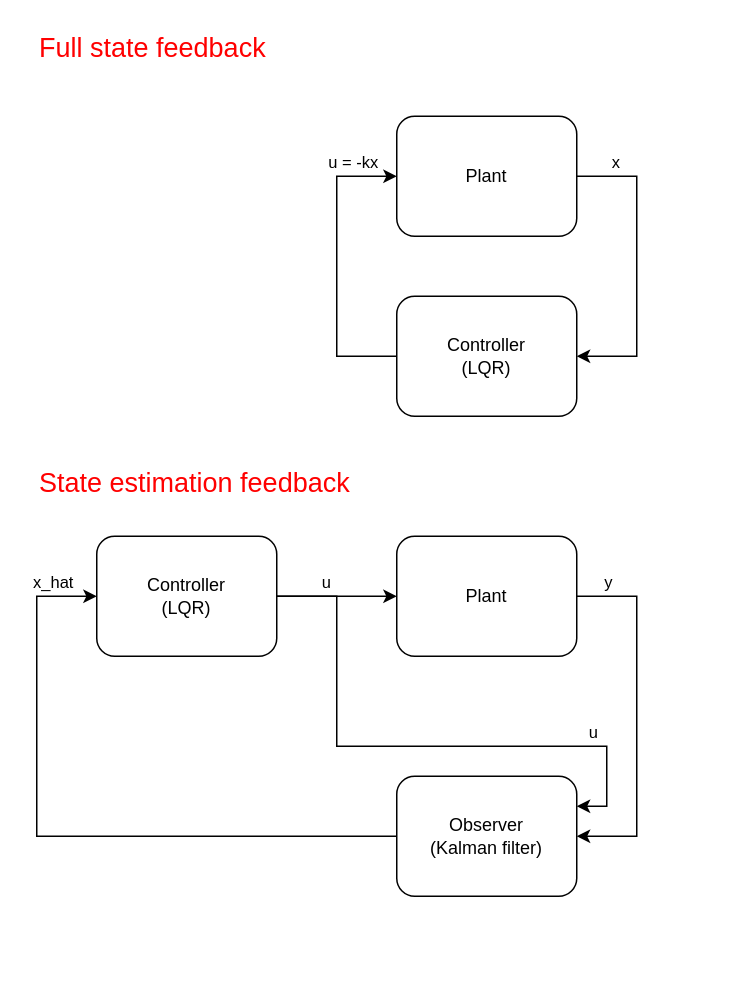
The draw.io diagram 00_repo_target_content/controlSystemsTestDiagram.drawio in asitkumar47/asitk, before the edit. Source tidied: cells renumbered, new cells numbered last; positions are measured from the earlier drawing's top-left corner, leaving out a move shared by most shapes. Both pictures are drawn from the tidied source at 150%, with x=0, y=0 at pixel (36, 26).
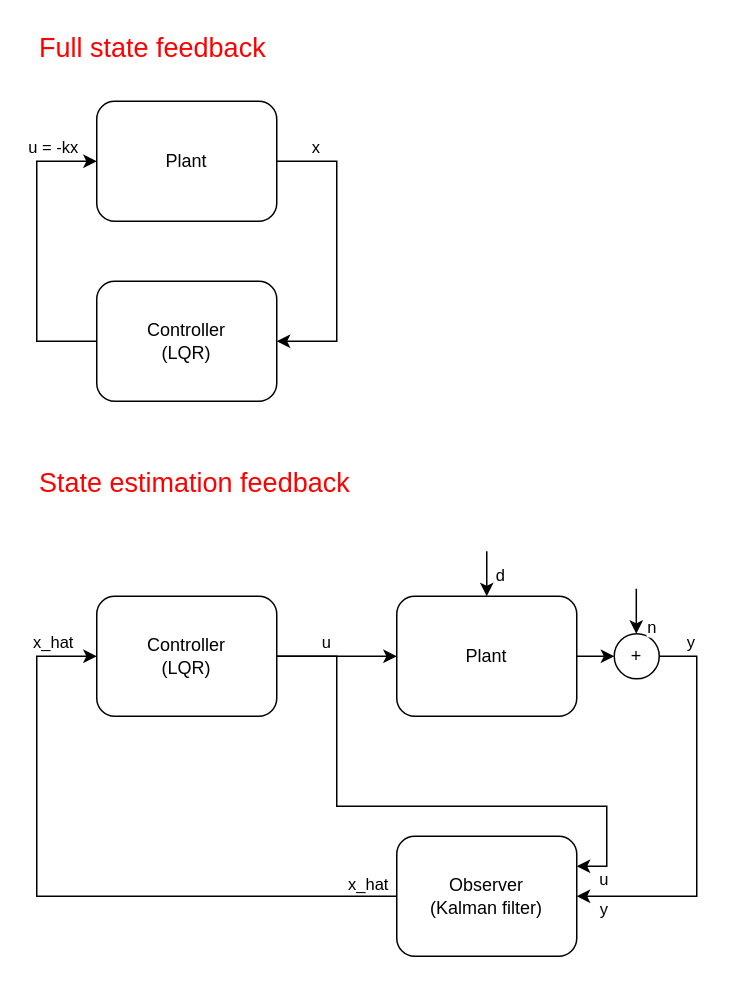
After the change.

Change to the diagram source:
```diff
@@
     <mxCell id="2" style="edgeStyle=orthogonalEdgeStyle;rounded=0;jettySize=auto;html=1;entryX=1;entryY=0.5;entryDx=0;entryDy=0;exitX=1;exitY=0.5;exitDx=0;exitDy=0;" parent="1" edge="1" source="4" target="5">
       <mxGeometry relative="1" as="geometry">
         <Array as="points">
-          <mxPoint x="400" y="100" />
-          <mxPoint x="400" y="220" />
+          <mxPoint x="200" y="90" />
+          <mxPoint x="200" y="210" />
         </Array>
       </mxGeometry>
     </mxCell>
@@
     <mxCell id="4" value="Plant" style="rounded=1;whiteSpace=wrap;html=1;" parent="1" vertex="1">
-      <mxGeometry x="240" y="60" width="120" height="80" as="geometry" />
+      <mxGeometry x="40" y="50" width="120" height="80" as="geometry" />
     </mxCell>
     <mxCell id="5" value="Controller&lt;br&gt;(LQR)" style="rounded=1;whiteSpace=wrap;html=1;" parent="1" vertex="1">
-      <mxGeometry x="240" y="180" width="120" height="80" as="geometry" />
+      <mxGeometry x="40" y="170" width="120" height="80" as="geometry" />
     </mxCell>
     <mxCell id="6" style="edgeStyle=orthogonalEdgeStyle;rounded=0;jettySize=auto;html=1;exitX=0;exitY=0.5;exitDx=0;exitDy=0;entryX=0;entryY=0.5;entryDx=0;entryDy=0;" parent="1" edge="1" source="5" target="4">
       <mxGeometry relative="1" as="geometry">
         <Array as="points">
-          <mxPoint x="200" y="220" />
-          <mxPoint x="200" y="100" />
+          <mxPoint y="210" />
+          <mxPoint y="90" />
         </Array>
       </mxGeometry>
     </mxCell>
@@
-    <mxCell id="9" style="edgeStyle=orthogonalEdgeStyle;rounded=0;jettySize=auto;html=1;exitX=1;exitY=0.5;exitDx=0;exitDy=0;entryX=1;entryY=0.5;entryDx=0;entryDy=0;" parent="1" edge="1" source="11" target="14">
+    <mxCell id="9" style="edgeStyle=orthogonalEdgeStyle;rounded=0;jettySize=auto;html=1;entryX=1;entryY=0.5;entryDx=0;entryDy=0;" parent="1" edge="1" target="14">
       <mxGeometry relative="1" as="geometry">
+        <mxPoint x="400" y="420" as="sourcePoint" />
         <Array as="points">
-          <mxPoint x="400" y="380" />
-          <mxPoint x="400" y="540" />
+          <mxPoint x="440" y="420" />
+          <mxPoint x="440" y="580" />
         </Array>
       </mxGeometry>
     </mxCell>
-    <mxCell id="10" value="y" style="edgeLabel;html=1;align=center;verticalAlign=middle;" parent="9" vertex="1">
-      <mxGeometry x="-0.7" relative="1" as="geometry">
-        <mxPoint x="-16" y="-10" as="offset" />
-      </mxGeometry>
-    </mxCell>
+    <mxCell id="21" value="y" style="edgeLabel;html=1;align=center;verticalAlign=middle;" parent="9" vertex="1">
+      <mxGeometry x="-0.75" y="-3" relative="1" as="geometry">
+        <mxPoint y="-13" as="offset" />
+      </mxGeometry>
+    </mxCell>
+    <mxCell id="22" style="edgeStyle=orthogonalEdgeStyle;rounded=0;jettySize=auto;html=1;" parent="1" edge="1" source="11" target="27">
+      <mxGeometry relative="1" as="geometry" />
+    </mxCell>
     <mxCell id="11" value="Plant" style="rounded=1;whiteSpace=wrap;html=1;" parent="1" vertex="1">
-      <mxGeometry x="240" y="340" width="120" height="80" as="geometry" />
+      <mxGeometry x="240" y="380" width="120" height="80" as="geometry" />
     </mxCell>
     <mxCell id="12" style="edgeStyle=orthogonalEdgeStyle;rounded=0;jettySize=auto;html=1;exitX=0;exitY=0.5;exitDx=0;exitDy=0;entryX=0;entryY=0.5;entryDx=0;entryDy=0;" parent="1" edge="1" source="14" target="19">
       <mxGeometry relative="1" as="geometry">
         <Array as="points">
-          <mxPoint y="540" />
-          <mxPoint y="380" />
+          <mxPoint y="580" />
+          <mxPoint y="420" />
         </Array>
       </mxGeometry>
     </mxCell>
@@
     <mxCell id="14" value="Observer&lt;br&gt;(Kalman filter)" style="rounded=1;whiteSpace=wrap;html=1;" parent="1" vertex="1">
-      <mxGeometry x="240" y="500" width="120" height="80" as="geometry" />
+      <mxGeometry x="240" y="540" width="120" height="80" as="geometry" />
     </mxCell>
@@
     <mxCell id="17" style="edgeStyle=orthogonalEdgeStyle;rounded=0;jettySize=auto;html=1;exitX=1;exitY=0.5;exitDx=0;exitDy=0;entryX=1;entryY=0.25;entryDx=0;entryDy=0;" parent="1" edge="1" source="19" target="14">
       <mxGeometry relative="1" as="geometry">
         <Array as="points">
-          <mxPoint x="200" y="380" />
-          <mxPoint x="200" y="480" />
-          <mxPoint x="380" y="480" />
+          <mxPoint x="200" y="420" />
+          <mxPoint x="200" y="520" />
           <mxPoint x="380" y="520" />
+          <mxPoint x="380" y="560" />
         </Array>
       </mxGeometry>
     </mxCell>
     <mxCell id="18" value="u" style="edgeLabel;html=1;align=center;verticalAlign=middle;" parent="17" vertex="1">
       <mxGeometry x="0.78" y="1" relative="1" as="geometry">
-        <mxPoint x="-11" y="-28" as="offset" />
+        <mxPoint x="-4" y="30" as="offset" />
       </mxGeometry>
     </mxCell>
     <mxCell id="19" value="Controller&lt;br&gt;(LQR)" style="rounded=1;whiteSpace=wrap;html=1;" parent="1" vertex="1">
-      <mxGeometry x="40" y="340" width="120" height="80" as="geometry" />
+      <mxGeometry x="40" y="380" width="120" height="80" as="geometry" />
     </mxCell>
@@
+    <mxCell id="23" value="y" style="edgeLabel;html=1;align=center;verticalAlign=middle;" parent="1" vertex="1">
+      <mxGeometry x="382" y="482" as="geometry">
+        <mxPoint x="-5" y="106" as="offset" />
+      </mxGeometry>
+    </mxCell>
+    <mxCell id="24" value="x_hat" style="edgeLabel;html=1;align=center;verticalAlign=middle;" parent="1" vertex="1">
+      <mxGeometry x="97" y="482" as="geometry">
+        <mxPoint x="123" y="89" as="offset" />
+      </mxGeometry>
+    </mxCell>
+    <mxCell id="25" style="endArrow=classic;html=1;rounded=0;entryX=0.5;entryY=0;entryDx=0;entryDy=0;" parent="1" edge="1" target="11">
+      <mxGeometry relative="1" as="geometry">
+        <mxPoint x="300" y="350" as="sourcePoint" />
+      </mxGeometry>
+    </mxCell>
+    <mxCell id="26" value="d" style="edgeLabel;html=1;align=center;verticalAlign=middle;" parent="1" vertex="1">
+      <mxGeometry x="395.8" y="418" as="geometry">
+        <mxPoint x="-87" y="-53" as="offset" />
+      </mxGeometry>
+    </mxCell>
+    <mxCell id="27" value="+" style="ellipse;whiteSpace=wrap;html=1;" parent="1" vertex="1">
+      <mxGeometry x="385" y="405" width="30" height="30" as="geometry" />
+    </mxCell>
+    <mxCell id="28" style="endArrow=classic;html=1;rounded=0;entryX=0.5;entryY=0;entryDx=0;entryDy=0;" parent="1" edge="1">
+      <mxGeometry relative="1" as="geometry">
+        <mxPoint x="399.7" y="375" as="sourcePoint" />
+        <mxPoint x="399.7" y="405" as="targetPoint" />
+      </mxGeometry>
+    </mxCell>
+    <mxCell id="29" value="n" style="edgeLabel;html=1;align=center;verticalAlign=middle;" parent="28" vertex="1">
+      <mxGeometry x="-0.11" y="-1" relative="1" as="geometry">
+        <mxPoint x="11" y="12" as="offset" />
+      </mxGeometry>
+    </mxCell>
```
